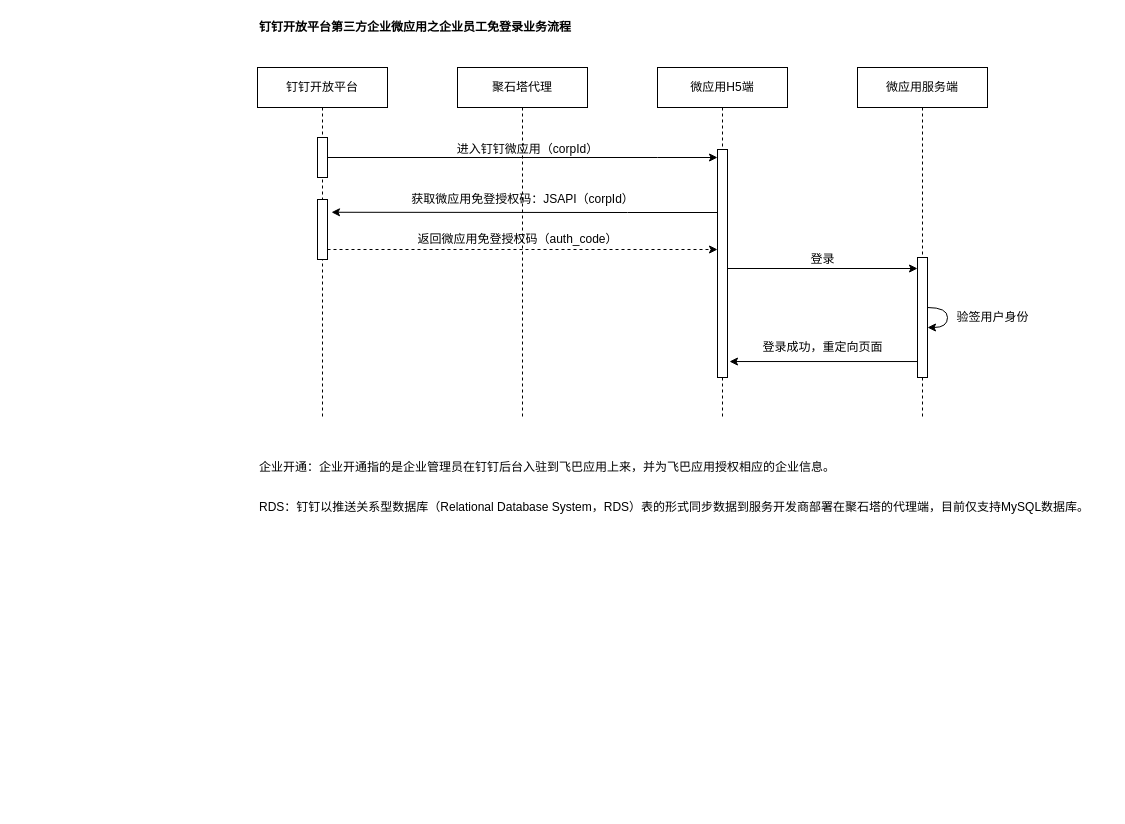
This is page "dingtalk_openapi_login_000" (3 of 5) of src/work/flyby/present/dingtalk.drawio from ab-doc/draw.io, a draw.io file, before an edit. Source tidied: cells renumbered, new cells numbered last; positions are measured from the earlier drawing's top-left corner, leaving out a move shared by most shapes. Both pictures are drawn from the tidied source at 100%, with x=0, y=0 at pixel (257, 17).
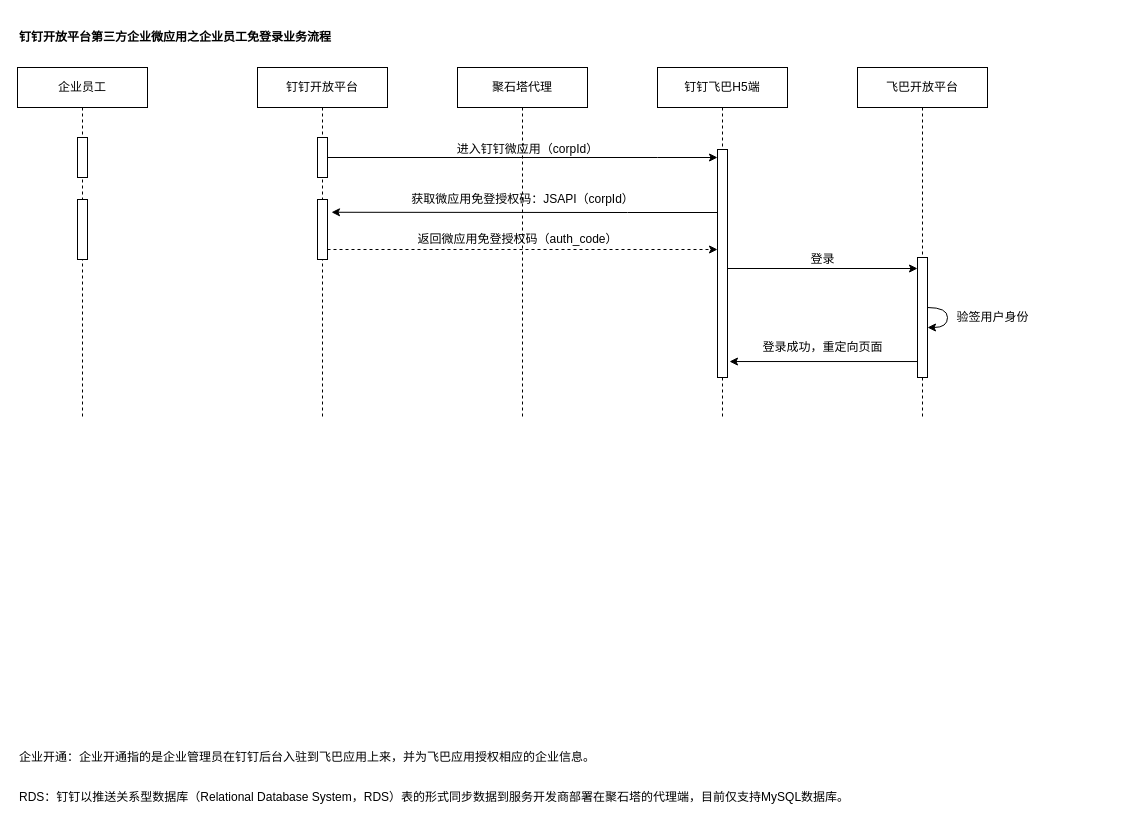
The same page after the edit.

The edit, as a diff of the source:
```diff
@@
-    <mxCell id="6" value="微应用H5端" style="shape=umlLifeline;perimeter=lifelinePerimeter;whiteSpace=wrap;html=1;" parent="1" vertex="1">
+    <mxCell id="6" value="钉钉飞巴H5端" style="shape=umlLifeline;perimeter=lifelinePerimeter;whiteSpace=wrap;html=1;" parent="1" vertex="1">
       <mxGeometry x="400" y="50" width="130" height="350" as="geometry" />
     </mxCell>
@@
-    <mxCell id="8" value="微应用服务端" style="shape=umlLifeline;perimeter=lifelinePerimeter;whiteSpace=wrap;html=1;" parent="1" vertex="1">
+    <mxCell id="8" value="飞巴开放平台" style="shape=umlLifeline;perimeter=lifelinePerimeter;whiteSpace=wrap;html=1;" parent="1" vertex="1">
       <mxGeometry x="600" y="50" width="130" height="350" as="geometry" />
     </mxCell>
@@
     <mxCell id="20" value="&lt;b&gt;钉钉开放平台第三方企业微应用之企业员工免登录业务流程&lt;/b&gt;" style="text;html=1;align=left;verticalAlign=middle;" parent="1" vertex="1">
-      <mxGeometry width="330" height="20" as="geometry" />
+      <mxGeometry x="-240" y="10" width="330" height="20" as="geometry" />
     </mxCell>
@@
     <mxCell id="23" value="企业开通：企业开通指的是企业管理员在钉钉后台入驻到飞巴应用上来，并为飞巴应用授权相应的企业信息。" style="text;html=1;align=left;verticalAlign=middle;" parent="1" vertex="1">
-      <mxGeometry y="440" width="590" height="20" as="geometry" />
+      <mxGeometry x="-240" y="730" width="590" height="20" as="geometry" />
     </mxCell>
     <mxCell id="24" value="RDS：钉钉以推送关系型数据库（Relational Database System，RDS）表的形式同步数据到服务开发商部署在聚石塔的代理端，目前仅支持MySQL数据库。" style="text;html=1;align=left;verticalAlign=middle;" parent="1" vertex="1">
-      <mxGeometry y="480" width="850" height="20" as="geometry" />
+      <mxGeometry x="-240" y="770" width="850" height="20" as="geometry" />
     </mxCell>
+    <mxCell id="25" value="企业员工" style="shape=umlLifeline;perimeter=lifelinePerimeter;whiteSpace=wrap;html=1;" parent="1" vertex="1">
+      <mxGeometry x="-240" y="50" width="130" height="350" as="geometry" />
+    </mxCell>
+    <mxCell id="26" style="html=1;perimeter=orthogonalPerimeter;" parent="25" vertex="1">
+      <mxGeometry x="60" y="70" width="10" height="40" as="geometry" />
+    </mxCell>
+    <mxCell id="27" style="html=1;perimeter=orthogonalPerimeter;" parent="25" vertex="1">
+      <mxGeometry x="60" y="132" width="10" height="60" as="geometry" />
+    </mxCell>
```
